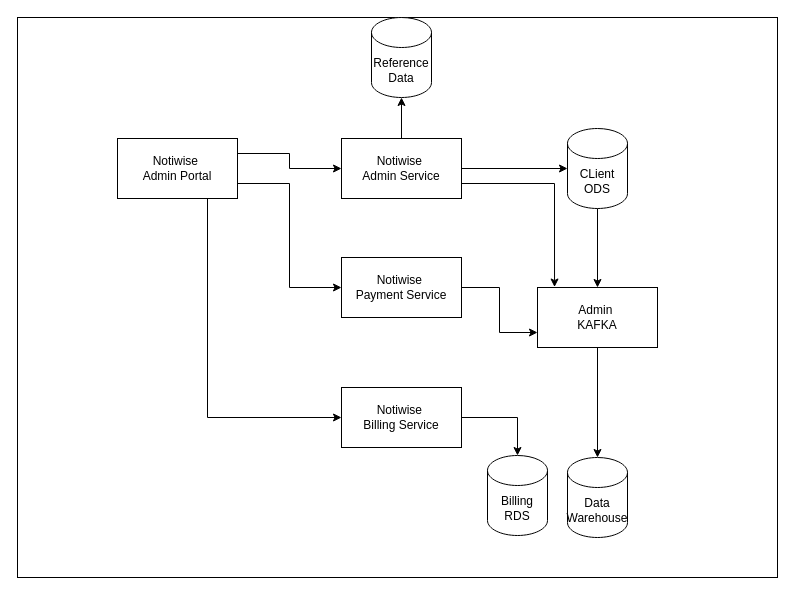
vinoth-kumar-sunderraj/notiwise keeps this draw.io diagram as page "Notiwise-AdminAOD" (2 of 4) of design/NotiwiseAOD.drawio. Above is the earlier version. Source tidied: cells renumbered, new cells numbered last; positions are measured from the earlier drawing's top-left corner, leaving out a move shared by most shapes. Both pictures are drawn from the tidied source at 100%, with x=0, y=0 at pixel (17, 17).
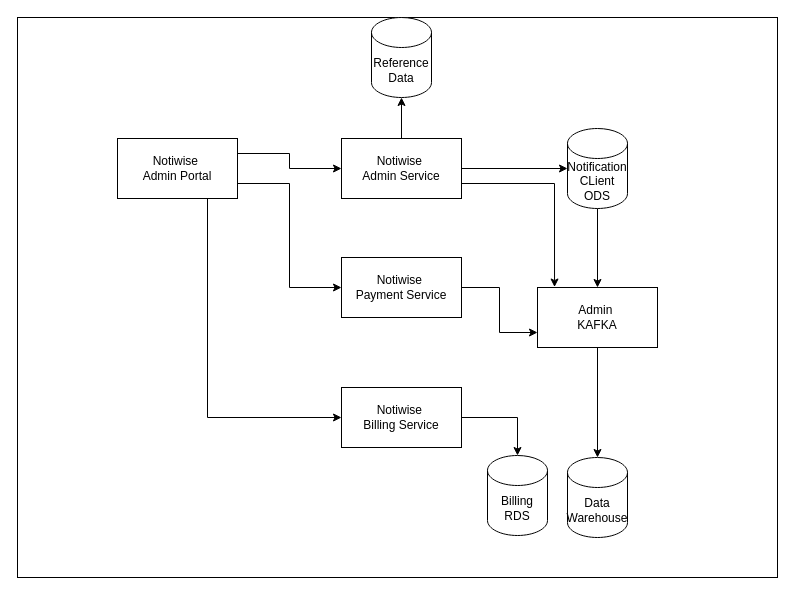
The same diagram, later.

Change to the diagram source:
```diff
@@
-    <mxCell id="12" value="CLient ODS" style="shape=cylinder3;whiteSpace=wrap;html=1;boundedLbl=1;backgroundOutline=1;size=15;" parent="1" vertex="1">
+    <mxCell id="12" value="Notification&lt;div&gt;CLient ODS&lt;/div&gt;" style="shape=cylinder3;whiteSpace=wrap;html=1;boundedLbl=1;backgroundOutline=1;size=15;" parent="1" vertex="1">
       <mxGeometry x="550" y="111" width="60" height="80" as="geometry" />
     </mxCell>
```
